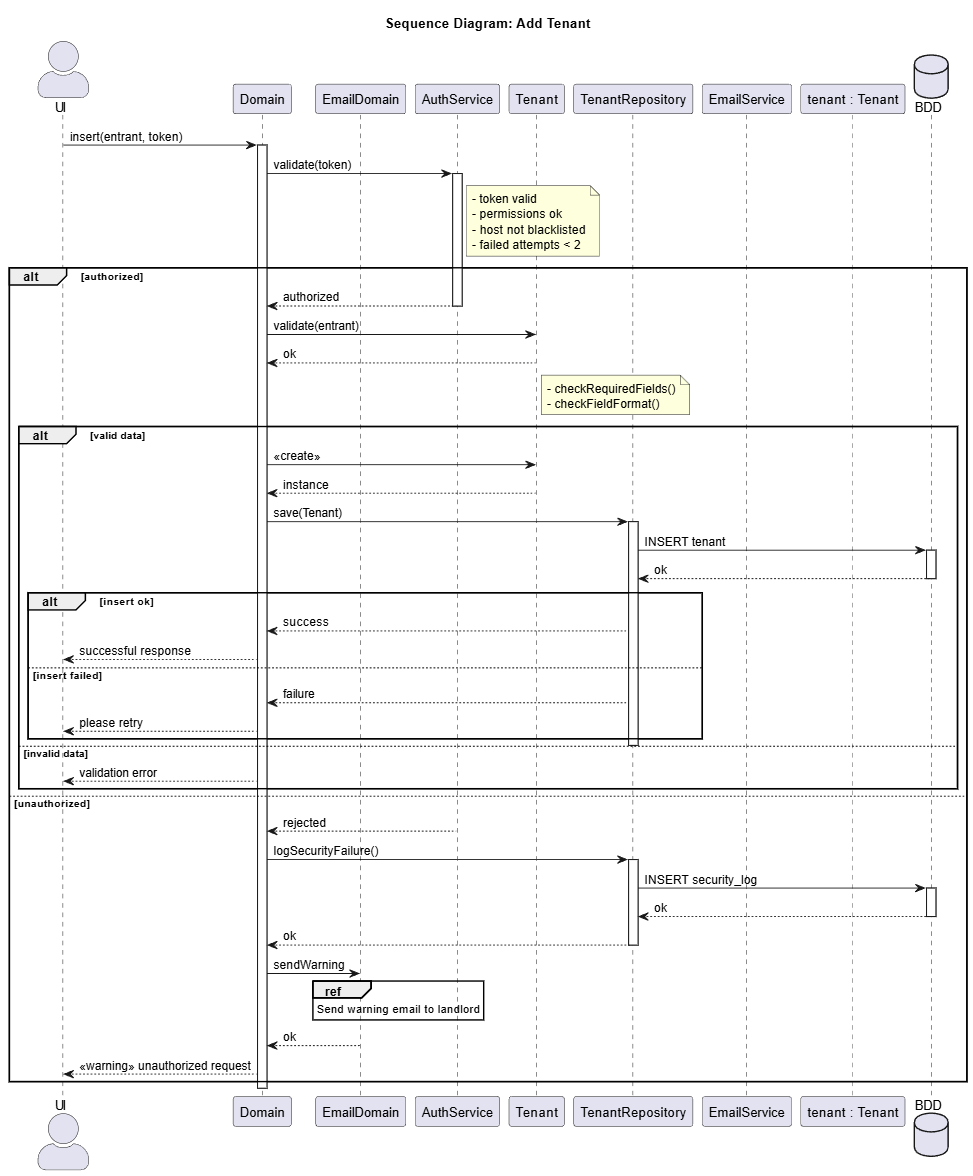
Before: modeling/tenants/sequences/images/add.png, a diagram exported from PlantUML (SprigganTwelve/immo-flow). Its source is kept beside it as modeling/tenants/sequences/add.puml. Source of this version:
```plantuml
@startuml
title "Sequence Diagram: Add Tenant"

skinparam actorStyle awesome
actor UI

participant "Domain" as Domain
participant "EmailDomain" as EmailDomain
participant "AuthService" as Auth
participant "Tenant" as TenantClass
participant "TenantRepository" as Repo
participant "EmailService" as Email
participant "tenant : Tenant" as Tenant
database "BDD" as DB


UI -> Domain : insert(entrant, token)
activate Domain


Domain -> Auth : validate(token)
activate Auth

note right of Auth
  - token valid
  - permissions ok
  - host not blacklisted
  - failed attempts < 2
end note


alt authorized
    Auth --> Domain : authorized
    deactivate Auth

    Domain -> TenantClass : validate(entrant)
    TenantClass --> Domain: ok

    note right of TenantClass
      - checkRequiredFields()
      - checkFieldFormat()
    end note



    alt valid data
        Domain -> TenantClass : <<create>>
        TenantClass --> Domain : instance

        Domain -> Repo : save(Tenant)
        activate Repo

        Repo -> DB : INSERT tenant
        activate DB
        DB --> Repo : ok
        deactivate DB

        alt insert ok
            Repo --> Domain : success
            Domain --> UI : successful response
        else insert failed
            Repo --> Domain : failure
            Domain --> UI : please retry
        end

        deactivate Repo

    else invalid data
        Domain --> UI : validation error
    end


else unauthorized
    Auth --> Domain : rejected
    deactivate Auth

    Domain -> Repo : logSecurityFailure()
    activate Repo
    Repo -> DB : INSERT security_log
    activate DB
    DB --> Repo : ok
    deactivate DB
    Repo --> Domain: ok
    deactivate Repo



    Domain -> EmailDomain : sendWarning
    ref over EmailDomain
            Send warning email  to landlord
    end ref
    EmailDomain --> Domain: ok

    Domain --> UI : <<warning>> unauthorized request
end

deactivate Domain
@enduml
```
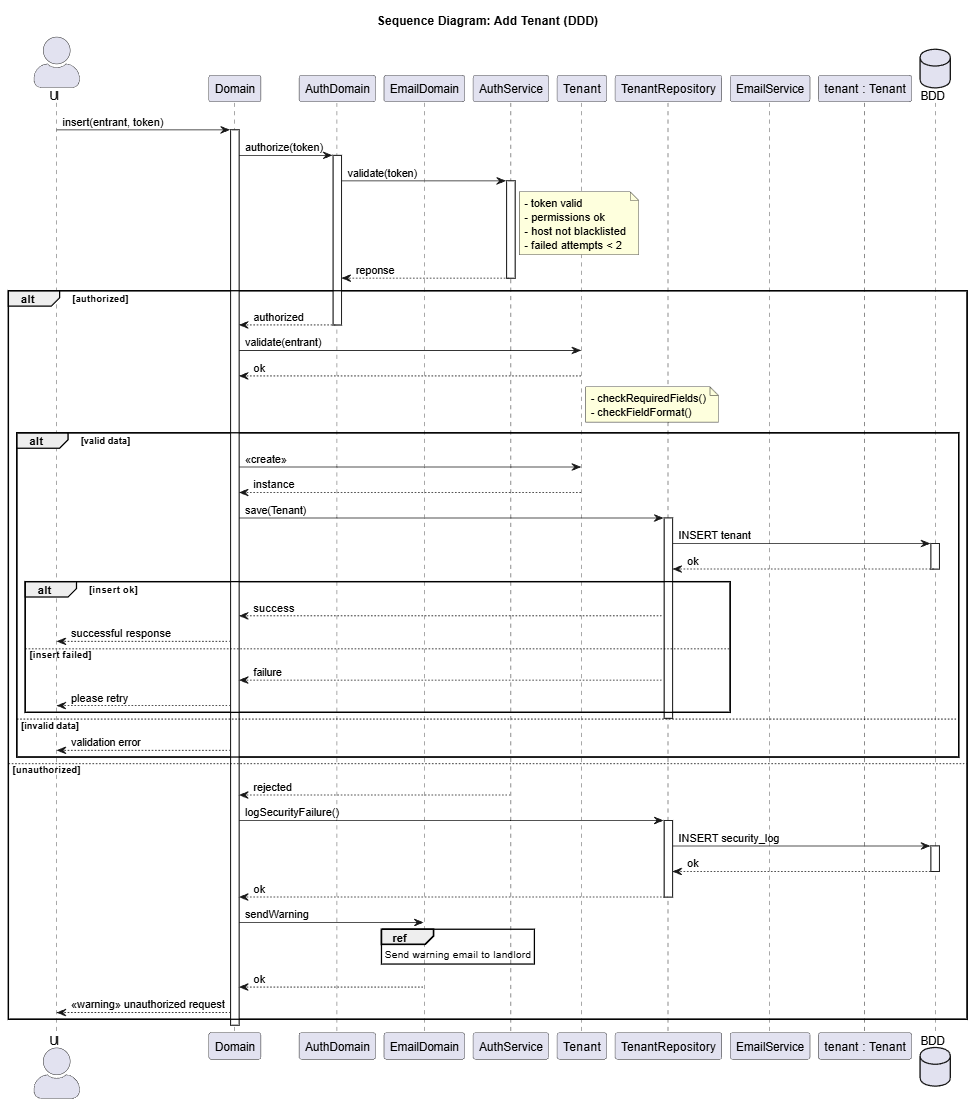
After the commit.

Commit message:
update tenant diagram of sequences

Change to the diagram source:
```diff
@@ -1,10 +1,11 @@
 @startuml
-title "Sequence Diagram: Add Tenant"
+title "Sequence Diagram: Add Tenant (DDD)"
 
 skinparam actorStyle awesome
 actor UI
 
-participant "Domain" as Domain
+participant "TenantDomain" as Domain
+participant "AuthDomain" as AuthDomain
 participant "EmailDomain" as EmailDomain
 participant "AuthService" as Auth
 participant "Tenant" as TenantClass
@@ -18,7 +19,10 @@
 activate Domain
 
 
-Domain -> Auth : validate(token)
+Domain -> AuthDomain : authorize(token)
+activate AuthDomain
+
+AuthDomain -> Auth : validate(token)
 activate Auth
 
 note right of Auth
@@ -28,10 +32,14 @@
   - failed attempts < 2
 end note
 
+Auth --> AuthDomain : reponse
+
 
 alt authorized
-    Auth --> Domain : authorized
     deactivate Auth
+    AuthDomain --> Domain : authorized
+    deactivate AuthDomain
+
 
     Domain -> TenantClass : validate(entrant)
     TenantClass --> Domain: ok
```
